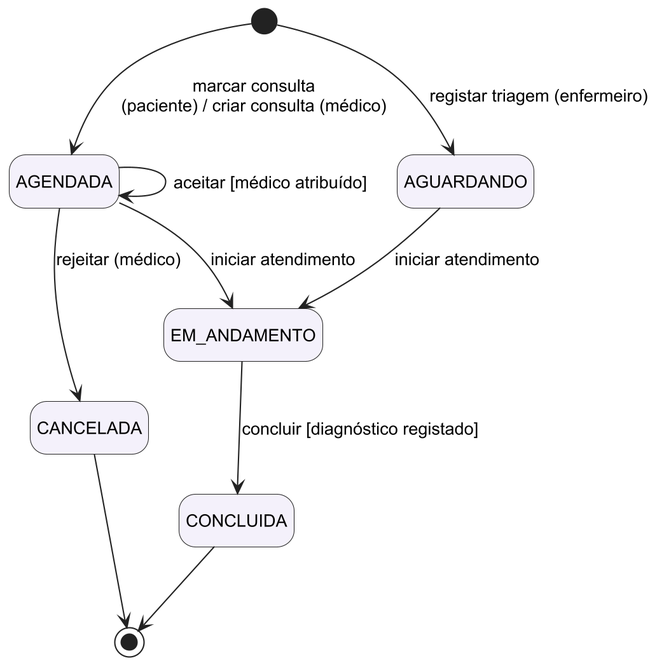
This is artefactos/uml/imagens/06-estados-consulta.png from Nancylee4/leevida-tcc, a PlantUML export, as it was before one commit. The source it was exported from:
```plantuml
@startuml
!include skin.iuml
hide empty description

state "AGENDADA" as AG
state "AGUARDANDO" as AW
state "EM_ANDAMENTO" as EA
state "CONCLUIDA" as CO
state "CANCELADA" as CA

[*] --> AG : marcar consulta\n(paciente) / criar consulta (médico)
[*] --> AW : registar triagem (enfermeiro)
AG --> AG : aceitar [médico atribuído]
AG --> CA : rejeitar (médico)
AG --> EA : iniciar atendimento
AW --> EA : iniciar atendimento
EA --> CO : concluir [diagnóstico registado]
CO --> [*]
CA --> [*]
@enduml
```
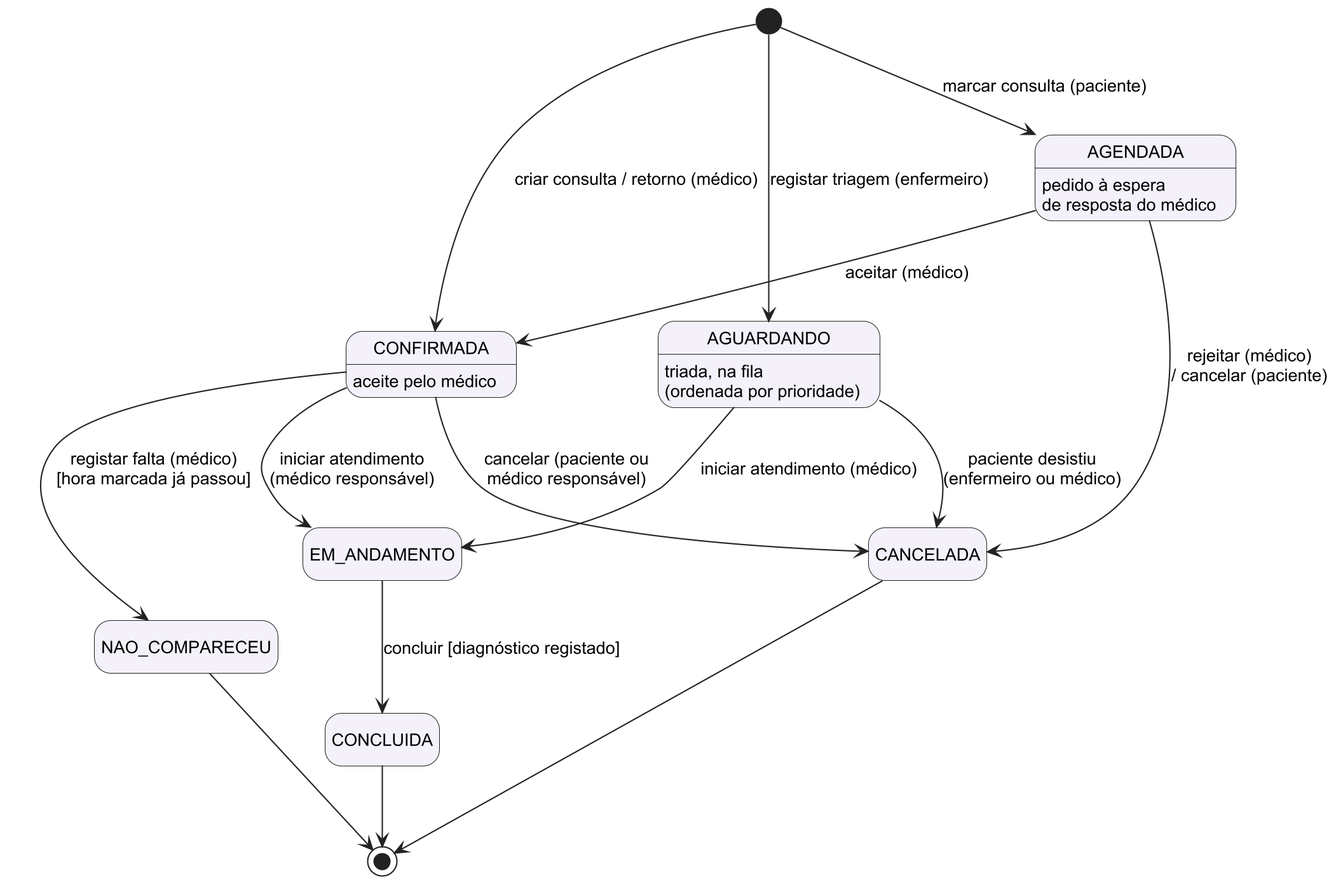
After the commit.

Change to the diagram source:
```diff
@@ -2,19 +2,26 @@
 !include skin.iuml
 hide empty description
 
-state "AGENDADA" as AG
-state "AGUARDANDO" as AW
+state "AGENDADA" as AG : pedido à espera\nde resposta do médico
+state "CONFIRMADA" as CF : aceite pelo médico
+state "AGUARDANDO" as AW : triada, na fila\n(ordenada por prioridade)
 state "EM_ANDAMENTO" as EA
 state "CONCLUIDA" as CO
 state "CANCELADA" as CA
+state "NAO_COMPARECEU" as NC
 
-[*] --> AG : marcar consulta\n(paciente) / criar consulta (médico)
+[*] --> AG : marcar consulta (paciente)
+[*] --> CF : criar consulta / retorno (médico)
 [*] --> AW : registar triagem (enfermeiro)
-AG --> AG : aceitar [médico atribuído]
-AG --> CA : rejeitar (médico)
-AG --> EA : iniciar atendimento
-AW --> EA : iniciar atendimento
+AG --> CF : aceitar (médico)
+AG --> CA : rejeitar (médico)\n/ cancelar (paciente)
+CF --> CA : cancelar (paciente ou\nmédico responsável)
+CF --> NC : registar falta (médico)\n[hora marcada já passou]
+CF --> EA : iniciar atendimento\n(médico responsável)
+AW --> EA : iniciar atendimento (médico)
+AW --> CA : paciente desistiu\n(enfermeiro ou médico)
 EA --> CO : concluir [diagnóstico registado]
 CO --> [*]
 CA --> [*]
+NC --> [*]
 @enduml
```
